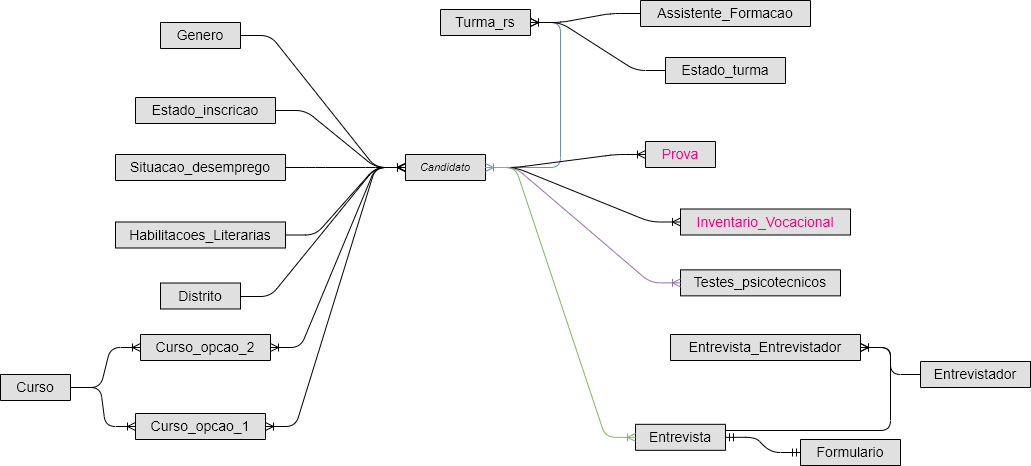
The draw.io diagram Docs/Diagrama E-R.png in blestonbandeira/grs, before a commit. Source tidied: cells renumbered, new cells last; positions are measured from the earlier drawing's top-left corner, leaving out a move shared by most shapes.
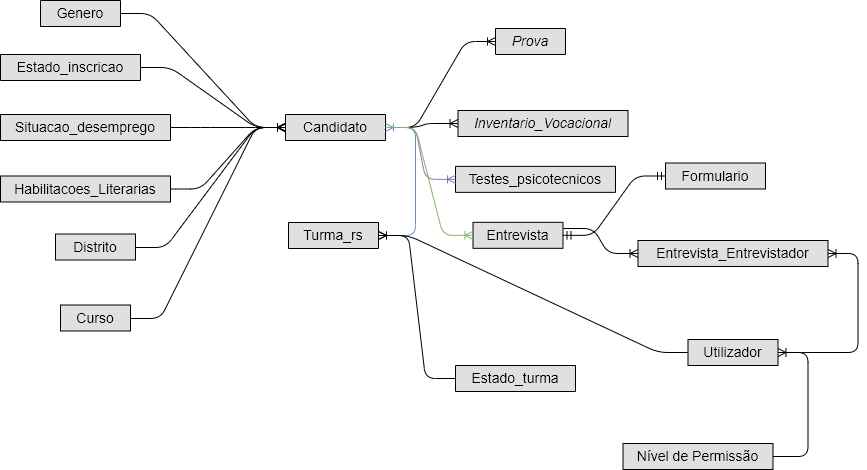
The same file after the commit.

The edit, as a diff of the source:
```diff
@@ -2,62 +2,56 @@
   <root>
     <mxCell id="0" />
     <mxCell id="1" parent="0" />
-    <mxCell id="2" value="Candidato" style="swimlane;fontStyle=2;horizontal=1;startSize=26;fillColor=#e0e0e0;swimlaneFillColor=#ffffff;align=center;fontSize=11;" parent="1" vertex="1" collapsed="1">
-      <mxGeometry x="405" y="154" width="80" height="26" as="geometry" />
+    <mxCell id="2" value="Candidato" style="swimlane;fontStyle=0;horizontal=1;startSize=26;fillColor=#e0e0e0;swimlaneFillColor=#ffffff;align=center;fontSize=14;" parent="1" vertex="1" collapsed="1">
+      <mxGeometry x="430" y="158" width="100" height="26" as="geometry" />
     </mxCell>
     <mxCell id="3" value="Testes_psicotecnicos" style="swimlane;fontStyle=0;horizontal=1;startSize=26;fillColor=#e0e0e0;swimlaneFillColor=#ffffff;align=center;fontSize=14;" parent="1" vertex="1" collapsed="1">
-      <mxGeometry x="680" y="269.4" width="160" height="26" as="geometry" />
+      <mxGeometry x="600" y="209.9" width="160" height="26" as="geometry" />
     </mxCell>
     <mxCell id="4" value="Turma_rs" style="swimlane;fontStyle=0;horizontal=1;startSize=26;fillColor=#e0e0e0;swimlaneFillColor=#ffffff;align=center;fontSize=14;" parent="1" vertex="1" collapsed="1">
-      <mxGeometry x="440" y="9" width="90" height="26" as="geometry" />
+      <mxGeometry x="433" y="266" width="90" height="26" as="geometry" />
     </mxCell>
     <mxCell id="5" value="Entrevista" style="swimlane;fontStyle=0;horizontal=1;startSize=26;fillColor=#e0e0e0;swimlaneFillColor=#ffffff;align=center;fontSize=14;" parent="1" vertex="1" collapsed="1">
-      <mxGeometry x="635" y="423.8" width="90" height="26" as="geometry" />
+      <mxGeometry x="617.5" y="265.8" width="90" height="26" as="geometry" />
     </mxCell>
-    <mxCell id="6" value="Entrevista_Entrevistador" style="swimlane;fontStyle=0;horizontal=1;startSize=26;fillColor=#e0e0e0;swimlaneFillColor=#ffffff;align=center;fontSize=14;" parent="1" vertex="1" collapsed="1">
-      <mxGeometry x="670" y="334" width="190" height="26" as="geometry" />
+    <mxCell id="6" value="Entrevista_Entrevistador" style="swimlane;fontStyle=0;horizontal=1;startSize=26;fillColor=#e0e0e0;swimlaneFillColor=#ffffff;align=center;fontSize=14;strokeColor=#000000;" parent="1" vertex="1" collapsed="1">
+      <mxGeometry x="782.5" y="284" width="190" height="26" as="geometry" />
     </mxCell>
-    <mxCell id="7" value="Entrevistador" style="swimlane;fontStyle=0;horizontal=1;startSize=26;fillColor=#e0e0e0;swimlaneFillColor=#ffffff;align=center;fontSize=14;" parent="1" vertex="1" collapsed="1">
-      <mxGeometry x="920" y="361" width="110" height="26" as="geometry" />
-    </mxCell>
-    <mxCell id="8" value="Assistente_Formacao" style="swimlane;fontStyle=0;horizontal=1;startSize=26;fillColor=#e0e0e0;swimlaneFillColor=#ffffff;align=center;fontSize=14;" parent="1" vertex="1" collapsed="1">
-      <mxGeometry x="640" width="170" height="26" as="geometry" />
-    </mxCell>
     <mxCell id="9" value="Genero" style="swimlane;fontStyle=0;horizontal=1;startSize=26;fillColor=#e0e0e0;swimlaneFillColor=#ffffff;align=center;fontSize=14;" parent="1" vertex="1" collapsed="1">
-      <mxGeometry x="160" y="22" width="80" height="26" as="geometry" />
+      <mxGeometry x="185" y="44" width="80" height="26" as="geometry" />
     </mxCell>
     <mxCell id="10" value="Estado_inscricao" style="swimlane;fontStyle=0;horizontal=1;startSize=26;fillColor=#e0e0e0;swimlaneFillColor=#ffffff;align=center;fontSize=14;" parent="1" vertex="1" collapsed="1">
-      <mxGeometry x="135" y="97" width="140" height="26" as="geometry" />
+      <mxGeometry x="145" y="98" width="140" height="26" as="geometry" />
     </mxCell>
     <mxCell id="11" value="Situacao_desemprego" style="swimlane;fontStyle=0;horizontal=1;startSize=26;fillColor=#e0e0e0;swimlaneFillColor=#ffffff;align=center;fontSize=14;" parent="1" vertex="1" collapsed="1">
-      <mxGeometry x="115" y="154" width="170" height="26" as="geometry" />
+      <mxGeometry x="145" y="158" width="170" height="26" as="geometry" />
     </mxCell>
     <mxCell id="12" value="Habilitacoes_Literarias" style="swimlane;fontStyle=0;horizontal=1;startSize=26;fillColor=#e0e0e0;swimlaneFillColor=#ffffff;align=center;fontSize=14;" parent="1" vertex="1" collapsed="1">
-      <mxGeometry x="115" y="221.5" width="170" height="26" as="geometry" />
+      <mxGeometry x="145" y="219.5" width="170" height="26" as="geometry" />
     </mxCell>
     <mxCell id="13" value="Distrito" style="swimlane;fontStyle=0;horizontal=1;startSize=26;fillColor=#e0e0e0;swimlaneFillColor=#ffffff;align=center;fontSize=14;" parent="1" vertex="1" collapsed="1">
-      <mxGeometry x="160" y="282.5" width="80" height="26" as="geometry" />
+      <mxGeometry x="200" y="277.5" width="80" height="26" as="geometry" />
     </mxCell>
     <mxCell id="14" value="Estado_turma" style="swimlane;fontStyle=0;horizontal=1;startSize=26;fillColor=#e0e0e0;swimlaneFillColor=#ffffff;align=center;fontSize=14;" parent="1" vertex="1" collapsed="1">
-      <mxGeometry x="665" y="57" width="120" height="26" as="geometry" />
+      <mxGeometry x="600" y="409" width="120" height="26" as="geometry" />
     </mxCell>
-    <mxCell id="15" value="Prova" style="swimlane;fontStyle=0;horizontal=1;startSize=26;fillColor=#e0e0e0;swimlaneFillColor=#ffffff;align=center;fontSize=14;fontColor=#FF0080;" parent="1" vertex="1" collapsed="1">
-      <mxGeometry x="645" y="141" width="70" height="26" as="geometry" />
+    <mxCell id="15" value="Prova" style="swimlane;fontStyle=2;horizontal=1;startSize=26;fillColor=#e0e0e0;swimlaneFillColor=#ffffff;align=center;fontSize=14;fontColor=#000000;" parent="1" vertex="1" collapsed="1">
+      <mxGeometry x="640" y="72" width="70" height="26" as="geometry" />
     </mxCell>
-    <mxCell id="16" value="Inventario_Vocacional" style="swimlane;fontStyle=0;horizontal=1;startSize=26;fillColor=#e0e0e0;swimlaneFillColor=#ffffff;align=center;fontSize=14;fontColor=#FF0080;" parent="1" vertex="1" collapsed="1">
-      <mxGeometry x="680" y="208.5" width="170" height="26" as="geometry" />
+    <mxCell id="16" value="Inventario_Vocacional" style="swimlane;fontStyle=2;horizontal=1;startSize=26;fillColor=#e0e0e0;swimlaneFillColor=#ffffff;align=center;fontSize=14;fontColor=#000000;" parent="1" vertex="1" collapsed="1">
+      <mxGeometry x="602.5" y="154" width="170" height="26" as="geometry" />
     </mxCell>
     <mxCell id="17" value="Curso" style="swimlane;fontStyle=0;horizontal=1;startSize=26;fillColor=#e0e0e0;swimlaneFillColor=#ffffff;align=center;fontSize=14;" parent="1" vertex="1" collapsed="1">
-      <mxGeometry y="374" width="70" height="26" as="geometry" />
+      <mxGeometry x="205" y="348.5" width="70" height="26" as="geometry" />
     </mxCell>
-    <mxCell id="18" value="Curso_opcao_1" style="swimlane;fontStyle=0;horizontal=1;startSize=26;fillColor=#e0e0e0;swimlaneFillColor=#ffffff;align=center;fontSize=14;" parent="1" vertex="1" collapsed="1">
-      <mxGeometry x="135" y="413" width="130" height="26" as="geometry" />
-    </mxCell>
-    <mxCell id="19" value="Curso_opcao_2" style="swimlane;fontStyle=0;horizontal=1;startSize=26;fillColor=#e0e0e0;swimlaneFillColor=#ffffff;align=center;fontSize=14;" parent="1" vertex="1" collapsed="1">
-      <mxGeometry x="140" y="334" width="130" height="26" as="geometry" />
-    </mxCell>
     <mxCell id="20" value="Formulario" style="swimlane;fontStyle=0;horizontal=1;startSize=26;fillColor=#e0e0e0;swimlaneFillColor=#ffffff;align=center;fontSize=14;" parent="1" vertex="1" collapsed="1">
-      <mxGeometry x="800" y="439" width="100" height="26" as="geometry" />
+      <mxGeometry x="810" y="206.5" width="100" height="26" as="geometry" />
     </mxCell>
+    <mxCell id="21" value="Nível de Permissão" style="swimlane;fontStyle=0;horizontal=1;startSize=26;fillColor=#e0e0e0;swimlaneFillColor=#ffffff;align=center;fontSize=14;strokeColor=#000000;" parent="1" vertex="1" collapsed="1">
+      <mxGeometry x="767.5" y="487" width="150" height="26" as="geometry" />
+    </mxCell>
+    <mxCell id="22" value="Utilizador" style="swimlane;fontStyle=0;horizontal=1;startSize=26;fillColor=#e0e0e0;swimlaneFillColor=#ffffff;align=center;fontSize=14;strokeColor=#000000;" parent="1" vertex="1" collapsed="1">
+      <mxGeometry x="832.5" y="383" width="90" height="26" as="geometry" />
+    </mxCell>
   </root>
 </mxGraphModel>
```
